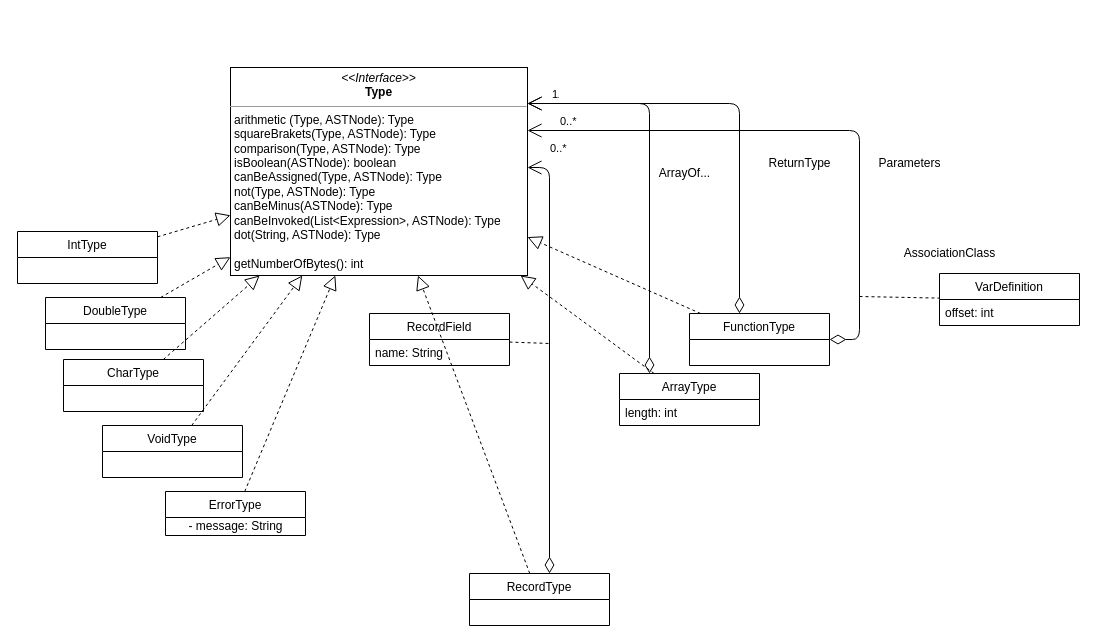
Earlier version of the draw.io diagram page "Page-4" (4 of 4) of UML/UML.drawio (jesQM/dlp_1920). Source tidied: cells renumbered, new cells numbered last; positions are measured from the earlier drawing's top-left corner, leaving out a move shared by most shapes. Both pictures are drawn from the tidied source at 100%, with x=0, y=0 at pixel (17, 67).
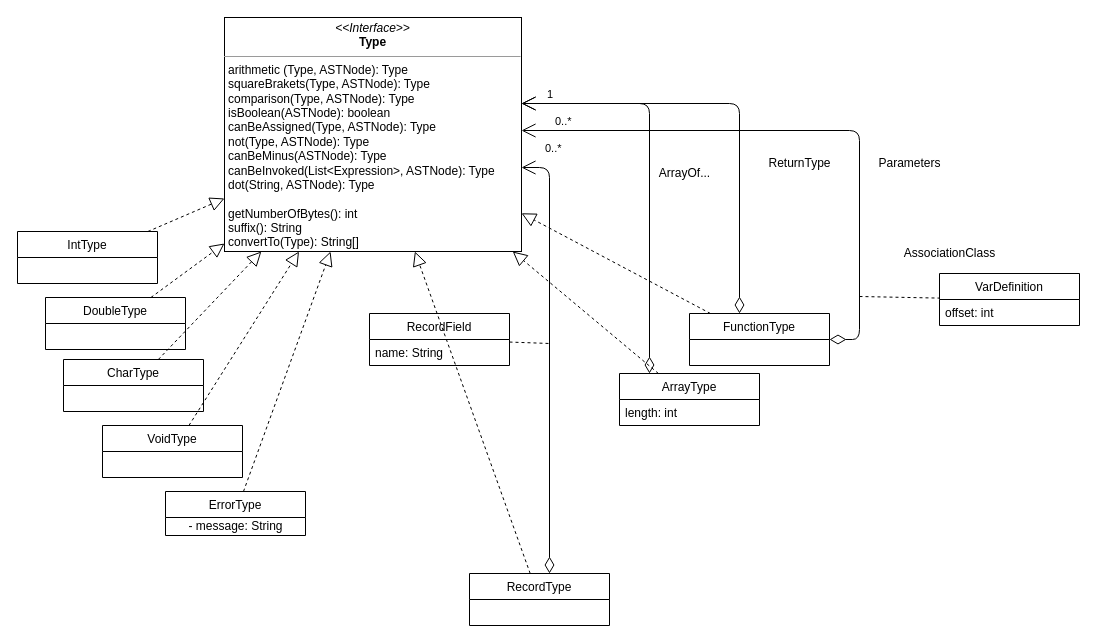
After the change.

The edit, as a diff of the source:
```diff
@@
-    <mxCell id="26" value="&lt;p style=&quot;margin: 0px ; margin-top: 4px ; text-align: center&quot;&gt;&lt;i&gt;&amp;lt;&amp;lt;Interface&amp;gt;&amp;gt;&lt;/i&gt;&lt;br&gt;&lt;b&gt;Type&lt;/b&gt;&lt;/p&gt;&lt;hr size=&quot;1&quot;&gt;&lt;p style=&quot;margin: 0px ; margin-left: 4px&quot;&gt;arithmetic (Type, ASTNode): Type&lt;br&gt;squareBrakets(Type, ASTNode): Type&lt;/p&gt;&lt;p style=&quot;margin: 0px ; margin-left: 4px&quot;&gt;comparison(Type, ASTNode): Type&lt;/p&gt;&lt;p style=&quot;margin: 0px ; margin-left: 4px&quot;&gt;isBoolean(ASTNode): boolean&lt;/p&gt;&lt;p style=&quot;margin: 0px ; margin-left: 4px&quot;&gt;canBeAssigned(Type, ASTNode): Type&lt;span&gt;&amp;nbsp;&lt;/span&gt;&lt;/p&gt;&lt;p style=&quot;margin: 0px ; margin-left: 4px&quot;&gt;&lt;span&gt;not(Type, ASTNode): Type&lt;/span&gt;&lt;/p&gt;&lt;p style=&quot;margin: 0px ; margin-left: 4px&quot;&gt;&lt;span&gt;canBeMinus(ASTNode): Type&lt;/span&gt;&lt;/p&gt;&lt;p style=&quot;margin: 0px ; margin-left: 4px&quot;&gt;&lt;span&gt;canBeInvoked(List&amp;lt;Expression&amp;gt;, ASTNode): Type&lt;/span&gt;&lt;/p&gt;&lt;p style=&quot;margin: 0px ; margin-left: 4px&quot;&gt;&lt;span&gt;dot(String, ASTNode): Type&lt;/span&gt;&lt;/p&gt;&lt;p style=&quot;margin: 0px ; margin-left: 4px&quot;&gt;&lt;span&gt;&lt;br&gt;&lt;/span&gt;&lt;/p&gt;&lt;p style=&quot;margin: 0px ; margin-left: 4px&quot;&gt;&lt;span&gt;getNumberOfBytes(): int&lt;/span&gt;&lt;/p&gt;" style="verticalAlign=top;align=left;overflow=fill;fontSize=12;fontFamily=Helvetica;html=1;" parent="1" vertex="1">
-      <mxGeometry x="213" width="297" height="208" as="geometry" />
+    <mxCell id="26" value="&lt;p style=&quot;margin: 0px ; margin-top: 4px ; text-align: center&quot;&gt;&lt;i&gt;&amp;lt;&amp;lt;Interface&amp;gt;&amp;gt;&lt;/i&gt;&lt;br&gt;&lt;b&gt;Type&lt;/b&gt;&lt;/p&gt;&lt;hr size=&quot;1&quot;&gt;&lt;p style=&quot;margin: 0px ; margin-left: 4px&quot;&gt;arithmetic (Type, ASTNode): Type&lt;br&gt;squareBrakets(Type, ASTNode): Type&lt;/p&gt;&lt;p style=&quot;margin: 0px ; margin-left: 4px&quot;&gt;comparison(Type, ASTNode): Type&lt;/p&gt;&lt;p style=&quot;margin: 0px ; margin-left: 4px&quot;&gt;isBoolean(ASTNode): boolean&lt;/p&gt;&lt;p style=&quot;margin: 0px ; margin-left: 4px&quot;&gt;canBeAssigned(Type, ASTNode): Type&lt;span&gt;&amp;nbsp;&lt;/span&gt;&lt;/p&gt;&lt;p style=&quot;margin: 0px ; margin-left: 4px&quot;&gt;&lt;span&gt;not(Type, ASTNode): Type&lt;/span&gt;&lt;/p&gt;&lt;p style=&quot;margin: 0px ; margin-left: 4px&quot;&gt;&lt;span&gt;canBeMinus(ASTNode): Type&lt;/span&gt;&lt;/p&gt;&lt;p style=&quot;margin: 0px ; margin-left: 4px&quot;&gt;&lt;span&gt;canBeInvoked(List&amp;lt;Expression&amp;gt;, ASTNode): Type&lt;/span&gt;&lt;/p&gt;&lt;p style=&quot;margin: 0px ; margin-left: 4px&quot;&gt;&lt;span&gt;dot(String, ASTNode): Type&lt;/span&gt;&lt;/p&gt;&lt;p style=&quot;margin: 0px ; margin-left: 4px&quot;&gt;&lt;span&gt;&lt;br&gt;&lt;/span&gt;&lt;/p&gt;&lt;p style=&quot;margin: 0px ; margin-left: 4px&quot;&gt;&lt;span&gt;getNumberOfBytes(): int&lt;/span&gt;&lt;/p&gt;&lt;p style=&quot;margin: 0px ; margin-left: 4px&quot;&gt;&lt;span&gt;suffix(): String&lt;/span&gt;&lt;/p&gt;&lt;p style=&quot;margin: 0px ; margin-left: 4px&quot;&gt;&lt;span&gt;convertTo(Type): String[]&lt;/span&gt;&lt;/p&gt;" style="verticalAlign=top;align=left;overflow=fill;fontSize=12;fontFamily=Helvetica;html=1;" parent="1" vertex="1">
+      <mxGeometry x="207" y="-50" width="297" height="234" as="geometry" />
     </mxCell>
```
